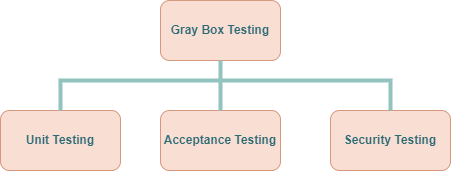
Earlier version of the draw.io export Testing Plan.drawio.png (kaisunoo/Acads). Source tidied: cells renumbered, new cells last; positions are measured from the earlier drawing's top-left corner, leaving out a move shared by most shapes. The source it was exported from:
```xml
<mxGraphModel>
  <root>
    <mxCell id="0" />
    <mxCell id="1" parent="0" />
    <mxCell id="2" value="&lt;b&gt;Gray Box Testing&lt;/b&gt;" style="rounded=1;whiteSpace=wrap;html=1;fillColor=#f9ded4;strokeColor=#d7987d;fontColor=#2d6b75;" parent="1" vertex="1">
      <mxGeometry x="160" width="120" height="60" as="geometry" />
    </mxCell>
    <mxCell id="3" value="&lt;b&gt;Unit Testing&lt;/b&gt;" style="rounded=1;whiteSpace=wrap;html=1;fillColor=#f9ded4;strokeColor=#d7987d;fontColor=#2d6b75;" parent="1" vertex="1">
      <mxGeometry y="110" width="120" height="60" as="geometry" />
    </mxCell>
    <mxCell id="4" value="Acceptance Testing" style="rounded=1;whiteSpace=wrap;html=1;fillColor=#f9ded4;strokeColor=#d7987d;fontColor=#2d6b75;fontStyle=1;" parent="1" vertex="1">
      <mxGeometry x="160" y="110" width="120" height="60" as="geometry" />
    </mxCell>
    <mxCell id="5" value="Security Testing" style="rounded=1;whiteSpace=wrap;html=1;fillColor=#f9ded4;strokeColor=#d7987d;fontColor=#2d6b75;fontStyle=1;" parent="1" vertex="1">
      <mxGeometry x="330" y="110" width="120" height="60" as="geometry" />
    </mxCell>
    <mxCell id="6" style="endArrow=none;html=1;rounded=0;entryX=0.5;entryY=1;entryDx=0;entryDy=0;exitX=0.5;exitY=0;exitDx=0;exitDy=0;strokeColor=#92c3be;fontSize=18;strokeWidth=4;" parent="1" edge="1" source="4" target="2">
      <mxGeometry relative="1" as="geometry" />
    </mxCell>
    <mxCell id="7" style="endArrow=none;html=1;rounded=0;exitX=0.5;exitY=0;exitDx=0;exitDy=0;strokeColor=#92c3be;fontSize=18;strokeWidth=4;" parent="1" edge="1" source="3">
      <mxGeometry relative="1" as="geometry">
        <mxPoint x="220" y="80" as="targetPoint" />
        <Array as="points">
          <mxPoint x="60" y="80" />
        </Array>
      </mxGeometry>
    </mxCell>
    <mxCell id="8" style="endArrow=none;html=1;rounded=0;exitX=0.5;exitY=0;exitDx=0;exitDy=0;strokeColor=#92c3be;fontSize=18;strokeWidth=4;" parent="1" edge="1" source="5">
      <mxGeometry relative="1" as="geometry">
        <mxPoint x="220" y="80" as="targetPoint" />
        <Array as="points">
          <mxPoint x="390" y="80" />
        </Array>
      </mxGeometry>
    </mxCell>
  </root>
</mxGraphModel>
```
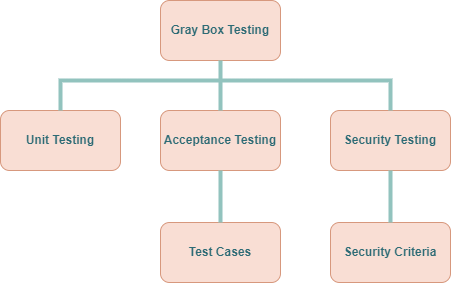
Later version of the same file.

The edit, as a diff of the source:
```diff
@@ -33,5 +33,17 @@
         </Array>
       </mxGeometry>
     </mxCell>
+    <mxCell id="9" value="Security Criteria" style="rounded=1;whiteSpace=wrap;html=1;fillColor=#f9ded4;strokeColor=#d7987d;fontColor=#2d6b75;fontStyle=1;" parent="1" vertex="1">
+      <mxGeometry x="330" y="222" width="120" height="60" as="geometry" />
+    </mxCell>
+    <mxCell id="10" style="endArrow=none;html=1;rounded=0;exitX=0.5;exitY=0;exitDx=0;exitDy=0;strokeColor=#92c3be;fontSize=18;strokeWidth=4;entryX=0.5;entryY=1;entryDx=0;entryDy=0;" parent="1" edge="1" source="9" target="5">
+      <mxGeometry relative="1" as="geometry" />
+    </mxCell>
+    <mxCell id="11" value="Test Cases" style="rounded=1;whiteSpace=wrap;html=1;fillColor=#f9ded4;strokeColor=#d7987d;fontColor=#2d6b75;fontStyle=1;" parent="1" vertex="1">
+      <mxGeometry x="160" y="222" width="120" height="60" as="geometry" />
+    </mxCell>
+    <mxCell id="12" style="endArrow=none;html=1;rounded=0;exitX=0.5;exitY=0;exitDx=0;exitDy=0;strokeColor=#92c3be;fontSize=18;strokeWidth=4;entryX=0.5;entryY=1;entryDx=0;entryDy=0;" parent="1" edge="1" source="11" target="4">
+      <mxGeometry relative="1" as="geometry" />
+    </mxCell>
   </root>
 </mxGraphModel>
```
